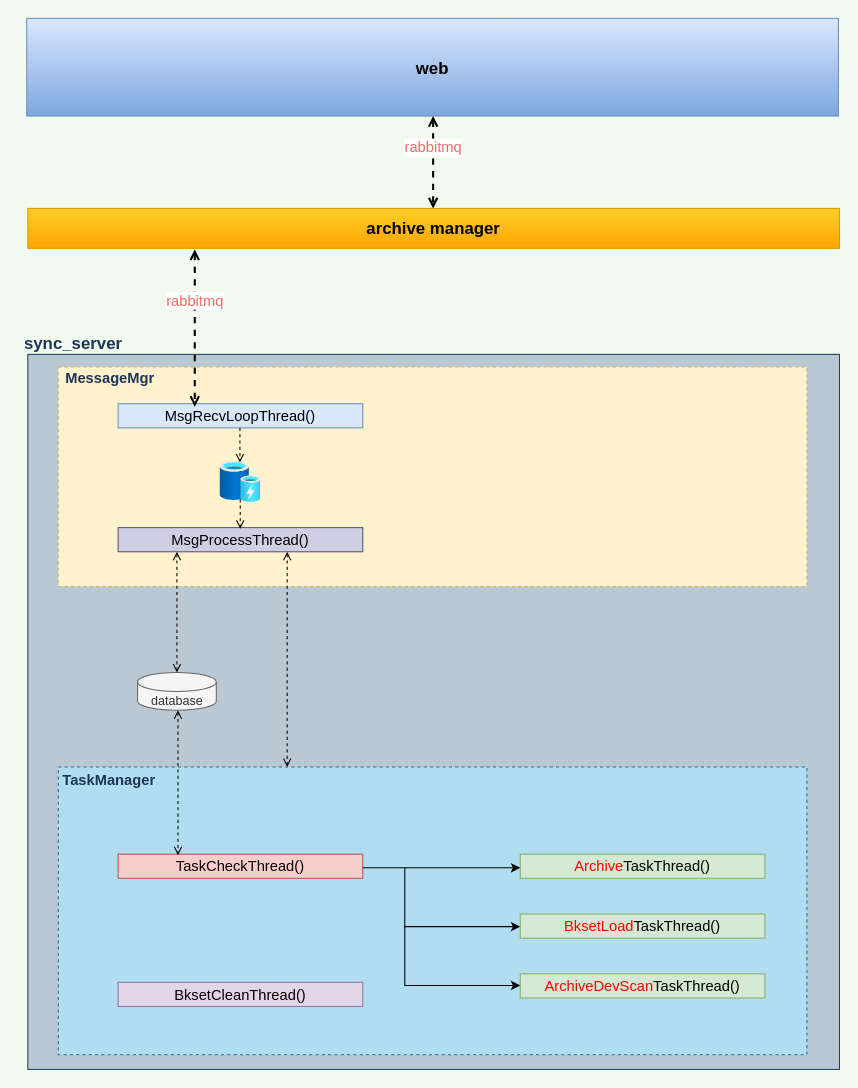
Above: page "软件架构图" (2 of 5) of 02-unary_work/01-黑方6.8版本归档模块/归档服务模块sync_server原理图.drawio in chenzhaoguo/UML (draw.io), before the change. Source tidied: cells renumbered, new cells numbered last; positions are measured from the earlier drawing's top-left corner, leaving out a move shared by most shapes. Both pictures are drawn from the tidied source at 105%, with x=0, y=0 at pixel (18, 18).
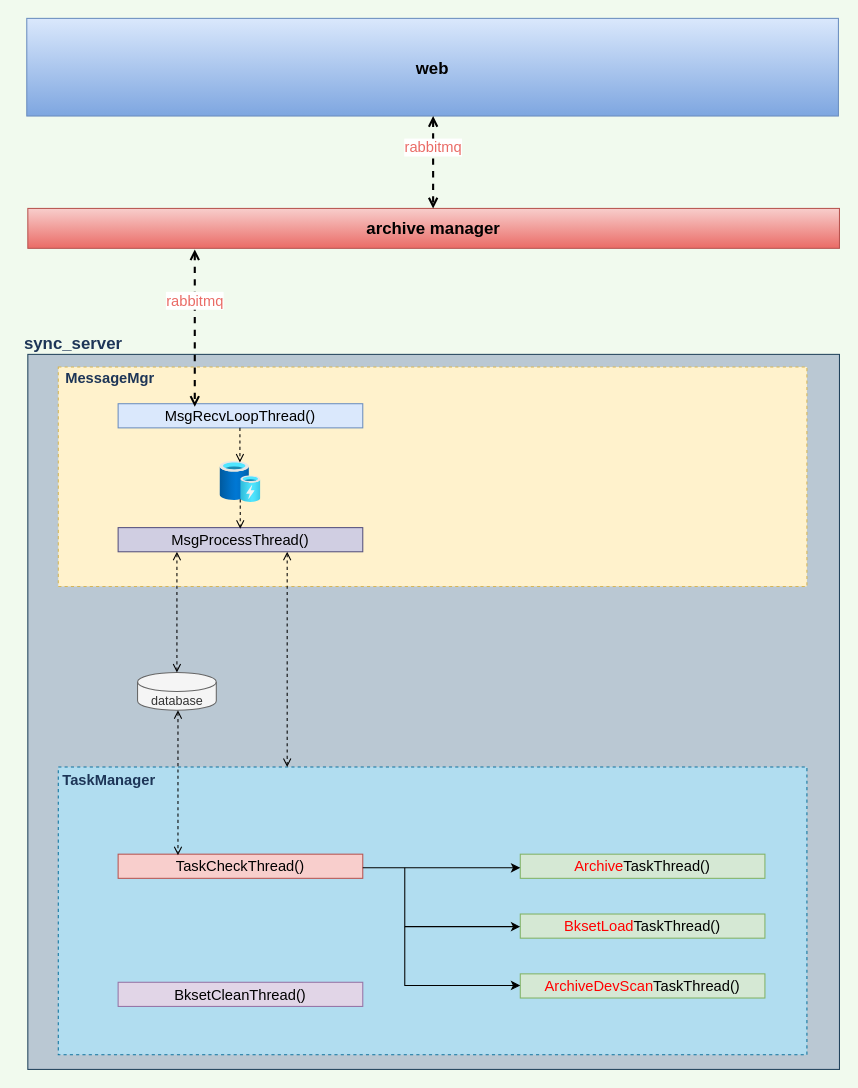
Above is the later version.

Change to the diagram source:
```diff
@@
-    <mxCell id="7" value="archive manager" style="rounded=0;whiteSpace=wrap;html=1;sketch=0;strokeColor=#d79b00;fillColor=#ffcd28;fontSize=16;gradientColor=#ffa500;fontStyle=1;" parent="1" vertex="1">
+    <mxCell id="7" value="archive manager" style="rounded=0;whiteSpace=wrap;html=1;sketch=0;strokeColor=#b85450;fillColor=#f8cecc;fontSize=16;gradientColor=#ea6b66;fontStyle=1;" parent="1" vertex="1">
       <mxGeometry x="9" y="181" width="773" height="38" as="geometry" />
     </mxCell>
```
